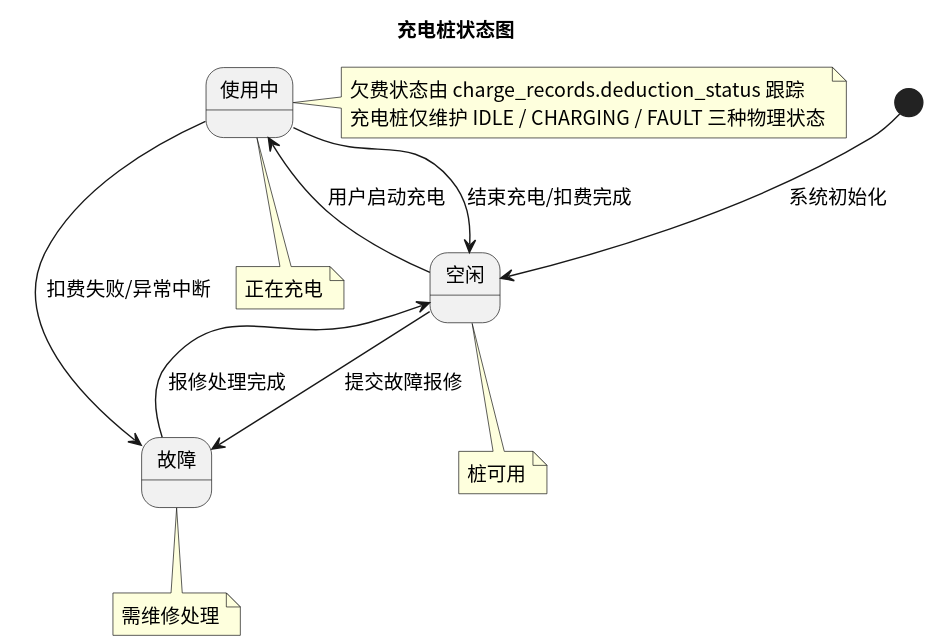
Above: status/img/state_charger.svg in greenhandzdl/charging-station-doc (PlantUML), before the change.
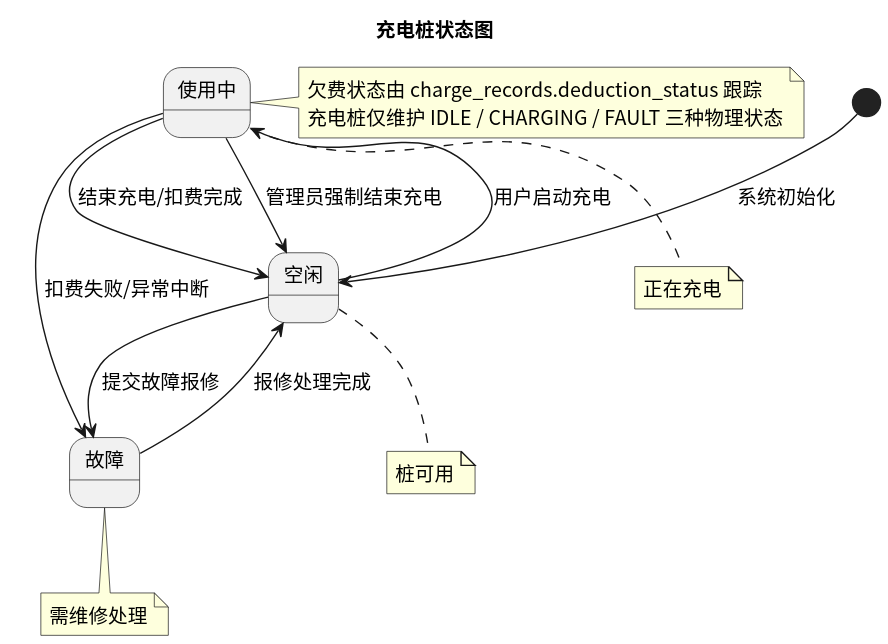
The same diagram one commit later.

What changed in the source:
```diff
@@ -10,6 +10,7 @@
 [*] --> IDLE : 系统初始化
 IDLE --> CHARGING : 用户启动充电
 CHARGING --> IDLE : 结束充电/扣费完成
+CHARGING --> IDLE : 管理员强制结束充电
 CHARGING --> FAULT : 扣费失败/异常中断
 IDLE --> FAULT : 提交故障报修
 FAULT --> IDLE : 报修处理完成
```
